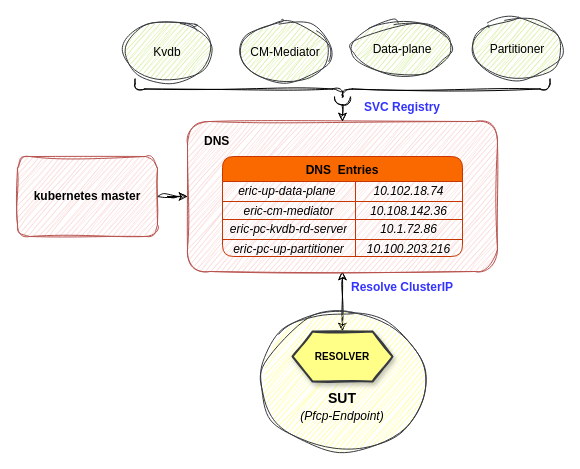
The draw.io diagram page "Resolver" (1 of 5) of External_submodule.drawio in SunLucc/Test, before the edit. Source tidied: cells renumbered, new cells numbered last; positions are measured from the earlier drawing's top-left corner, leaving out a move shared by most shapes. Both pictures are drawn from the tidied source at 100%, with x=0, y=0 at pixel (17, -119).
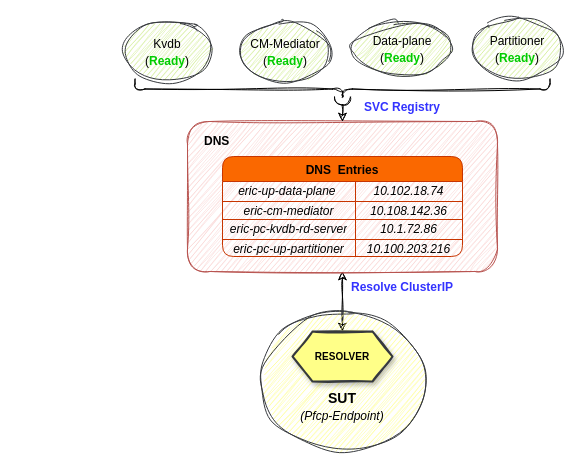
The same page after the edit.

The change refers to these unchanged cells:
```xml
<mxCell id="5" style="whiteSpace=wrap;html=1;fillColor=#f8cecc;strokeColor=#b85450;sketch=1;curveFitting=1;jiggle=2;glass=0;shadow=0;rounded=1;" parent="1" vertex="1">
  <mxGeometry x="170" y="240" width="310" height="150" as="geometry" />
</mxCell>
```

Diff of the diagram source:
```diff
@@
-    <mxCell id="2" style="edgeStyle=orthogonalEdgeStyle;rounded=0;jettySize=auto;html=1;sketch=1;curveFitting=1;jiggle=2;" parent="1" edge="1" source="3" target="5">
-      <mxGeometry relative="1" as="geometry" />
-    </mxCell>
-    <mxCell id="3" value="&lt;b&gt;kubernetes master&lt;/b&gt;" style="whiteSpace=wrap;html=1;fillColor=#f8cecc;strokeColor=#b85450;sketch=1;curveFitting=1;jiggle=2;glass=0;shadow=0;rounded=1;" parent="1" vertex="1">
-      <mxGeometry y="275" width="140" height="80" as="geometry" />
-    </mxCell>
@@
-    <mxCell id="20" value="&lt;font style=&quot;font-size: 12px;&quot;&gt;Data-plane&lt;/font&gt;" style="ellipse;whiteSpace=wrap;html=1;fillColor=#cdeb8b;strokeColor=#36393d;sketch=1;curveFitting=1;jiggle=2;glass=0;shadow=0;rounded=1;fontSize=14;" parent="1" vertex="1">
+    <mxCell id="20" value="&lt;font style=&quot;font-size: 12px;&quot;&gt;Data-plane&lt;br&gt;(&lt;font style=&quot;border-color: var(--border-color);&quot; color=&quot;#00cc00&quot;&gt;&lt;b style=&quot;border-color: var(--border-color);&quot;&gt;Ready&lt;/b&gt;&lt;/font&gt;)&lt;br&gt;&lt;/font&gt;" style="ellipse;whiteSpace=wrap;html=1;fillColor=#cdeb8b;strokeColor=#36393d;sketch=1;curveFitting=1;jiggle=2;glass=0;shadow=0;rounded=1;fontSize=14;" parent="1" vertex="1">
       <mxGeometry x="335" y="140" width="100" height="53" as="geometry" />
     </mxCell>
-    <mxCell id="21" value="&lt;font style=&quot;font-size: 12px;&quot;&gt;CM-Mediator&lt;/font&gt;" style="ellipse;whiteSpace=wrap;html=1;fillColor=#cdeb8b;strokeColor=#36393d;sketch=1;curveFitting=1;jiggle=2;glass=0;shadow=0;rounded=1;fontSize=14;" parent="1" vertex="1">
+    <mxCell id="21" value="&lt;font style=&quot;font-size: 12px;&quot;&gt;CM-Mediator&lt;br&gt;(&lt;font style=&quot;border-color: var(--border-color);&quot; color=&quot;#00cc00&quot;&gt;&lt;b style=&quot;border-color: var(--border-color);&quot;&gt;Ready&lt;/b&gt;&lt;/font&gt;)&lt;br&gt;&lt;/font&gt;" style="ellipse;whiteSpace=wrap;html=1;fillColor=#cdeb8b;strokeColor=#36393d;sketch=1;curveFitting=1;jiggle=2;glass=0;shadow=0;rounded=1;fontSize=14;" parent="1" vertex="1">
       <mxGeometry x="222.5" y="140" width="90" height="60" as="geometry" />
     </mxCell>
-    <mxCell id="22" value="&lt;font style=&quot;font-size: 12px;&quot;&gt;Kvdb&lt;/font&gt;" style="ellipse;whiteSpace=wrap;html=1;fillColor=#cdeb8b;strokeColor=#36393d;sketch=1;curveFitting=1;jiggle=2;glass=0;shadow=0;rounded=1;fontSize=14;" parent="1" vertex="1">
+    <mxCell id="22" value="&lt;font style=&quot;font-size: 12px;&quot;&gt;Kvdb&lt;br&gt;(&lt;font color=&quot;#00cc00&quot;&gt;&lt;b&gt;Ready&lt;/b&gt;&lt;/font&gt;)&lt;br&gt;&lt;/font&gt;" style="ellipse;whiteSpace=wrap;html=1;fillColor=#cdeb8b;strokeColor=#36393d;sketch=1;curveFitting=1;jiggle=2;glass=0;shadow=0;rounded=1;fontSize=14;" parent="1" vertex="1">
       <mxGeometry x="105" y="140" width="90" height="60" as="geometry" />
     </mxCell>
-    <mxCell id="23" value="&lt;font style=&quot;font-size: 12px;&quot;&gt;Partitioner&lt;/font&gt;" style="ellipse;whiteSpace=wrap;html=1;fillColor=#cdeb8b;strokeColor=#36393d;sketch=1;curveFitting=1;jiggle=2;glass=0;shadow=0;rounded=1;fontSize=14;" parent="1" vertex="1">
+    <mxCell id="23" value="&lt;font style=&quot;font-size: 12px;&quot;&gt;Partitioner&lt;br&gt;(&lt;font style=&quot;border-color: var(--border-color);&quot; color=&quot;#00cc00&quot;&gt;&lt;b style=&quot;border-color: var(--border-color);&quot;&gt;Ready&lt;/b&gt;&lt;/font&gt;)&lt;br&gt;&lt;/font&gt;" style="ellipse;whiteSpace=wrap;html=1;fillColor=#cdeb8b;strokeColor=#36393d;sketch=1;curveFitting=1;jiggle=2;glass=0;shadow=0;rounded=1;fontSize=14;" parent="1" vertex="1">
       <mxGeometry x="455" y="136.5" width="90" height="60" as="geometry" />
     </mxCell>
```
